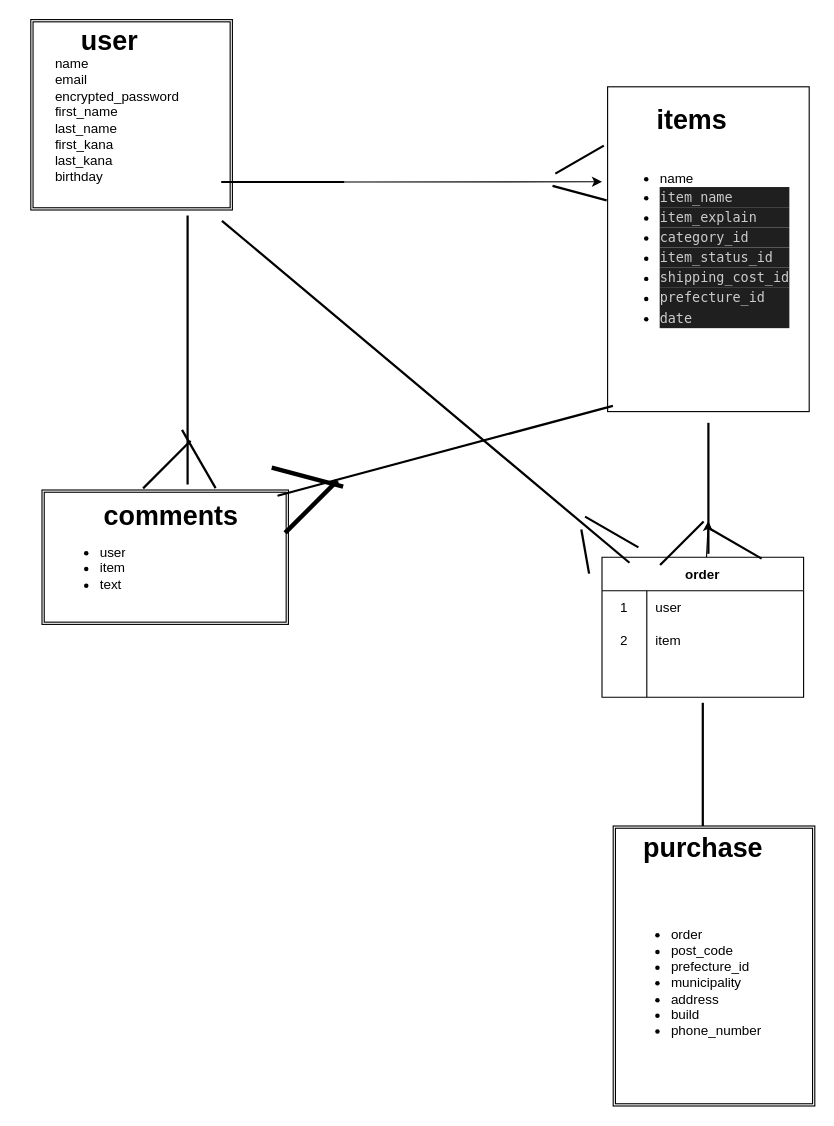
Earlier version of the draw.io diagram furima.dio (sawa1234567/furima-40309). Source tidied: cells renumbered, new cells numbered last; positions are measured from the earlier drawing's top-left corner, leaving out a move shared by most shapes. Both pictures are drawn from the tidied source at 112%, with x=0, y=0 at pixel (30, 19).
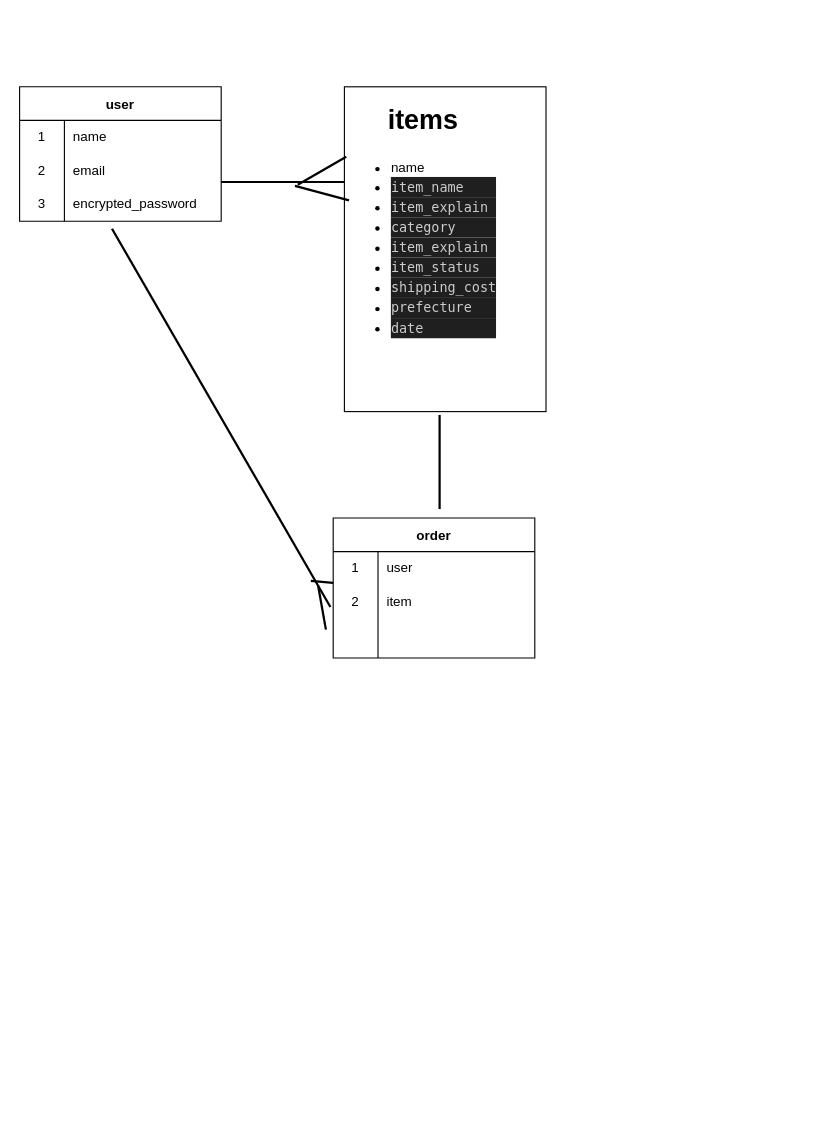
After the change.

Unchanged cells that the change refers to:
```xml
<mxCell id="26" style="line;strokeWidth=2;html=1;" parent="1" vertex="1">
  <mxGeometry x="170" y="140" width="110" height="10" as="geometry" />
</mxCell>
```

Change to the diagram source:
```diff
@@
-    <mxCell id="2" style="shape=ext;double=1;rounded=0;whiteSpace=wrap;html=1;" parent="1" vertex="1">
-      <mxGeometry x="10" y="420" width="220" height="120" as="geometry" />
-    </mxCell>
-    <mxCell id="3" style="shape=ext;double=1;rounded=0;whiteSpace=wrap;html=1;" parent="1" vertex="1">
-      <mxGeometry x="520" y="720" width="180" height="250" as="geometry" />
-    </mxCell>
-    <mxCell id="4" style="shape=ext;double=1;rounded=0;whiteSpace=wrap;html=1;" parent="1" vertex="1">
-      <mxGeometry width="180" height="170" as="geometry" />
-    </mxCell>
     <mxCell id="5" style="rounded=0;whiteSpace=wrap;html=1;" parent="1" vertex="1">
-      <mxGeometry x="515" y="60" width="180" height="290" as="geometry" />
+      <mxGeometry x="280" y="60" width="180" height="290" as="geometry" />
     </mxCell>
-    <mxCell id="6" style="edgeStyle=none;html=1;entryX=0.75;entryY=0.5;entryDx=0;entryDy=0;entryPerimeter=0;" parent="1" edge="1" source="7" target="20">
-      <mxGeometry relative="1" as="geometry" />
-    </mxCell>
+    <mxCell id="30" value="user" style="shape=table;startSize=30;childLayout=tableLayout;rowLines=0;fontStyle=1;" parent="1" vertex="1">
+      <mxGeometry x="-10" y="60" width="180" height="120" as="geometry" />
+    </mxCell>
+    <mxCell id="42" style="shape=tableRow;horizontal=0;startSize=0;swimlaneHead=0;swimlaneBody=0;top=0;left=0;bottom=0;right=0;fillColor=none;" parent="30" vertex="1">
+      <mxGeometry y="30" width="180" height="30" as="geometry" />
+    </mxCell>
+    <mxCell id="43" value="1" style="shape=partialRectangle;html=1;whiteSpace=wrap;fillColor=none;top=0;left=0;bottom=0;right=0;overflow=hidden;" parent="42" vertex="1">
+      <mxGeometry width="40" height="30" as="geometry" />
+    </mxCell>
+    <mxCell id="44" value="name" style="shape=partialRectangle;html=1;whiteSpace=wrap;fillColor=none;top=0;left=0;bottom=0;right=0;align=left;spacingLeft=6;overflow=hidden;" parent="42" vertex="1">
+      <mxGeometry x="40" width="140" height="30" as="geometry" />
+    </mxCell>
+    <mxCell id="45" style="shape=tableRow;horizontal=0;startSize=0;swimlaneHead=0;swimlaneBody=0;top=0;left=0;bottom=0;right=0;fillColor=none;" parent="30" vertex="1">
+      <mxGeometry y="60" width="180" height="30" as="geometry" />
+    </mxCell>
+    <mxCell id="46" value="2" style="shape=partialRectangle;html=1;whiteSpace=wrap;fillColor=none;top=0;left=0;bottom=0;right=0;overflow=hidden;" parent="45" vertex="1">
+      <mxGeometry width="40" height="30" as="geometry" />
+    </mxCell>
+    <mxCell id="47" value="email" style="shape=partialRectangle;html=1;whiteSpace=wrap;fillColor=none;top=0;left=0;bottom=0;right=0;align=left;spacingLeft=6;overflow=hidden;" parent="45" vertex="1">
+      <mxGeometry x="40" width="140" height="30" as="geometry" />
+    </mxCell>
+    <mxCell id="48" style="shape=tableRow;horizontal=0;startSize=0;swimlaneHead=0;swimlaneBody=0;top=0;left=0;bottom=0;right=0;fillColor=none;" parent="30" vertex="1">
+      <mxGeometry y="90" width="180" height="30" as="geometry" />
+    </mxCell>
+    <mxCell id="49" value="3" style="shape=partialRectangle;html=1;whiteSpace=wrap;fillColor=none;top=0;left=0;bottom=0;right=0;overflow=hidden;" parent="48" vertex="1">
+      <mxGeometry width="40" height="30" as="geometry" />
+    </mxCell>
+    <mxCell id="50" value="encrypted_password" style="shape=partialRectangle;html=1;whiteSpace=wrap;fillColor=none;top=0;left=0;bottom=0;right=0;align=left;spacingLeft=6;overflow=hidden;" parent="48" vertex="1">
+      <mxGeometry x="40" width="140" height="30" as="geometry" />
+    </mxCell>
     <mxCell id="7" value="order" style="shape=table;startSize=30;childLayout=tableLayout;rowLines=0;fontStyle=1;" parent="1" vertex="1">
-      <mxGeometry x="510" y="480" width="180" height="125" as="geometry" />
+      <mxGeometry x="270" y="445" width="180" height="125" as="geometry" />
     </mxCell>
@@
-    <mxCell id="17" value="&lt;ul&gt;&lt;li&gt;&lt;span style=&quot;background-color: initial;&quot;&gt;name&lt;/span&gt;&lt;/li&gt;&lt;li&gt;&lt;div style=&quot;color: rgb(204, 204, 204); background-color: rgb(31, 31, 31); font-family: Menlo, Monaco, &amp;quot;Courier New&amp;quot;, monospace; line-height: 18px;&quot;&gt;item_name&lt;/div&gt;&lt;/li&gt;&lt;li&gt;&lt;div style=&quot;color: rgb(204, 204, 204); background-color: rgb(31, 31, 31); font-family: Menlo, Monaco, &amp;quot;Courier New&amp;quot;, monospace; line-height: 18px;&quot;&gt;&lt;div style=&quot;line-height: 18px;&quot;&gt;item_explain &lt;/div&gt;&lt;/div&gt;&lt;/li&gt;&lt;li&gt;&lt;div style=&quot;line-height: 18px;&quot;&gt;&lt;div style=&quot;color: rgb(204, 204, 204); background-color: rgb(31, 31, 31); font-family: Menlo, Monaco, &amp;quot;Courier New&amp;quot;, monospace; line-height: 18px;&quot;&gt;category_id&lt;/div&gt;&lt;/div&gt;&lt;/li&gt;&lt;li&gt;&lt;div style=&quot;color: rgb(204, 204, 204); background-color: rgb(31, 31, 31); font-family: Menlo, Monaco, &amp;quot;Courier New&amp;quot;, monospace; line-height: 18px;&quot;&gt;item_status_id&lt;/div&gt;&lt;/li&gt;&lt;li&gt;&lt;div style=&quot;color: rgb(204, 204, 204); background-color: rgb(31, 31, 31); font-family: Menlo, Monaco, &amp;quot;Courier New&amp;quot;, monospace; line-height: 18px;&quot;&gt;&lt;div style=&quot;line-height: 18px;&quot;&gt;shipping_cost_id&lt;/div&gt;&lt;/div&gt;&lt;/li&gt;&lt;li&gt;&lt;div style=&quot;line-height: 18px;&quot;&gt;&lt;div style=&quot;color: rgb(204, 204, 204); background-color: rgb(31, 31, 31); font-family: Menlo, Monaco, &amp;quot;Courier New&amp;quot;, monospace; line-height: 18px;&quot;&gt;prefecture_id&lt;/div&gt;&lt;/div&gt;&lt;/li&gt;&lt;li&gt;&lt;div style=&quot;color: rgb(204, 204, 204); background-color: rgb(31, 31, 31); font-family: Menlo, Monaco, &amp;quot;Courier New&amp;quot;, monospace; line-height: 18px;&quot;&gt;&lt;div style=&quot;line-height: 18px;&quot;&gt;date &lt;/div&gt;&lt;/div&gt;&lt;/li&gt;&lt;/ul&gt;" style="text;strokeColor=none;fillColor=none;html=1;whiteSpace=wrap;verticalAlign=middle;overflow=hidden;" parent="1" vertex="1">
-      <mxGeometry x="520" y="90" width="170" height="230" as="geometry" />
+    <mxCell id="17" value="&lt;ul&gt;&lt;li&gt;&lt;span style=&quot;background-color: initial;&quot;&gt;name&lt;/span&gt;&lt;/li&gt;&lt;li&gt;&lt;div style=&quot;color: rgb(204, 204, 204); background-color: rgb(31, 31, 31); font-family: Menlo, Monaco, &amp;quot;Courier New&amp;quot;, monospace; line-height: 18px;&quot;&gt;item_name&lt;/div&gt;&lt;/li&gt;&lt;li&gt;&lt;div style=&quot;color: rgb(204, 204, 204); background-color: rgb(31, 31, 31); font-family: Menlo, Monaco, &amp;quot;Courier New&amp;quot;, monospace; line-height: 18px;&quot;&gt;&lt;div style=&quot;line-height: 18px;&quot;&gt;item_explain &lt;/div&gt;&lt;/div&gt;&lt;/li&gt;&lt;li&gt;&lt;div style=&quot;line-height: 18px;&quot;&gt;&lt;div style=&quot;color: rgb(204, 204, 204); background-color: rgb(31, 31, 31); font-family: Menlo, Monaco, &amp;quot;Courier New&amp;quot;, monospace; line-height: 18px;&quot;&gt;category&lt;/div&gt;&lt;/div&gt;&lt;/li&gt;&lt;li&gt;&lt;div style=&quot;color: rgb(204, 204, 204); background-color: rgb(31, 31, 31); font-family: Menlo, Monaco, &amp;quot;Courier New&amp;quot;, monospace; line-height: 18px;&quot;&gt;&lt;div style=&quot;line-height: 18px;&quot;&gt;item_explain&lt;/div&gt;&lt;/div&gt;&lt;/li&gt;&lt;li&gt;&lt;div style=&quot;line-height: 18px;&quot;&gt;&lt;div style=&quot;color: rgb(204, 204, 204); background-color: rgb(31, 31, 31); font-family: Menlo, Monaco, &amp;quot;Courier New&amp;quot;, monospace; line-height: 18px;&quot;&gt;item_status&lt;/div&gt;&lt;/div&gt;&lt;/li&gt;&lt;li&gt;&lt;div style=&quot;color: rgb(204, 204, 204); background-color: rgb(31, 31, 31); font-family: Menlo, Monaco, &amp;quot;Courier New&amp;quot;, monospace; line-height: 18px;&quot;&gt;&lt;div style=&quot;line-height: 18px;&quot;&gt;shipping_cost&lt;/div&gt;&lt;/div&gt;&lt;/li&gt;&lt;li&gt;&lt;div style=&quot;line-height: 18px;&quot;&gt;&lt;div style=&quot;color: rgb(204, 204, 204); background-color: rgb(31, 31, 31); font-family: Menlo, Monaco, &amp;quot;Courier New&amp;quot;, monospace; line-height: 18px;&quot;&gt;prefecture&lt;/div&gt;&lt;/div&gt;&lt;/li&gt;&lt;li&gt;&lt;div style=&quot;color: rgb(204, 204, 204); background-color: rgb(31, 31, 31); font-family: Menlo, Monaco, &amp;quot;Courier New&amp;quot;, monospace; line-height: 18px;&quot;&gt;&lt;div style=&quot;line-height: 18px;&quot;&gt;date &lt;/div&gt;&lt;/div&gt;&lt;/li&gt;&lt;/ul&gt;" style="text;strokeColor=none;fillColor=none;html=1;whiteSpace=wrap;verticalAlign=middle;overflow=hidden;" parent="1" vertex="1">
+      <mxGeometry x="280" y="90" width="170" height="230" as="geometry" />
     </mxCell>
     <mxCell id="18" value="items" style="text;strokeColor=none;fillColor=none;html=1;fontSize=24;fontStyle=1;verticalAlign=middle;align=center;" parent="1" vertex="1">
-      <mxGeometry x="540" y="70" width="100" height="40" as="geometry" />
+      <mxGeometry x="300" y="70" width="100" height="40" as="geometry" />
     </mxCell>
-    <mxCell id="19" style="line;strokeWidth=2;html=1;rotation=40;" parent="1" vertex="1">
-      <mxGeometry x="115.1" y="327.3" width="475" height="10" as="geometry" />
+    <mxCell id="19" style="line;strokeWidth=2;html=1;rotation=60;" parent="1" vertex="1">
+      <mxGeometry x="-25" y="350.6" width="390" height="10" as="geometry" />
     </mxCell>
     <mxCell id="20" style="line;strokeWidth=2;html=1;rotation=90;" parent="1" vertex="1">
-      <mxGeometry x="546.5" y="413.5" width="117" height="10" as="geometry" />
+      <mxGeometry x="323" y="390" width="84" height="10" as="geometry" />
     </mxCell>
     <mxCell id="21" style="line;strokeWidth=2;html=1;rotation=-100;" parent="1" vertex="1">
-      <mxGeometry x="475" y="470" width="40" height="10" as="geometry" />
+      <mxGeometry x="240" y="520" width="40" height="10" as="geometry" />
     </mxCell>
-    <mxCell id="22" style="line;strokeWidth=2;html=1;rotation=-60;direction=south;" parent="1" vertex="1">
-      <mxGeometry x="510" y="430" width="17.4" height="55" as="geometry" />
+    <mxCell id="22" style="line;strokeWidth=2;html=1;rotation=5;" parent="1" vertex="1">
+      <mxGeometry x="250" y="497.1" width="20" height="10" as="geometry" />
     </mxCell>
     <mxCell id="23" style="line;strokeWidth=2;html=1;rotation=-30;" parent="1" vertex="1">
-      <mxGeometry x="465" y="120" width="50" height="10" as="geometry" />
+      <mxGeometry x="235" y="130" width="50" height="10" as="geometry" />
     </mxCell>
     <mxCell id="24" style="line;strokeWidth=2;html=1;rotation=15;" parent="1" vertex="1">
-      <mxGeometry x="465" y="150" width="50" height="10" as="geometry" />
+      <mxGeometry x="235" y="150" width="50" height="10" as="geometry" />
     </mxCell>
-    <mxCell id="25" style="edgeStyle=none;html=1;exitX=1;exitY=0.5;exitDx=0;exitDy=0;exitPerimeter=0;" parent="1" edge="1" source="26">
-      <mxGeometry relative="1" as="geometry">
-        <mxPoint x="510" y="144.8" as="targetPoint" />
-      </mxGeometry>
-    </mxCell>
@@
-    <mxCell id="27" value="name&lt;br&gt;email&lt;br&gt;encrypted_password&lt;br&gt;first_name&lt;br&gt;last_name&lt;br&gt;first_kana&lt;br&gt;last_kana&lt;br&gt;birthday" style="text;strokeColor=none;fillColor=none;html=1;whiteSpace=wrap;verticalAlign=middle;overflow=hidden;" parent="1" vertex="1">
-      <mxGeometry x="20" y="10" width="210" height="160" as="geometry" />
-    </mxCell>
-    <mxCell id="28" value="&lt;ul&gt;&lt;li&gt;order&lt;/li&gt;&lt;li&gt;post_code&lt;/li&gt;&lt;li&gt;prefecture_id&lt;/li&gt;&lt;li&gt;municipality&lt;/li&gt;&lt;li&gt;address&lt;/li&gt;&lt;li&gt;build&lt;/li&gt;&lt;li&gt;phone_number&lt;/li&gt;&lt;/ul&gt;" style="text;strokeColor=none;fillColor=none;html=1;whiteSpace=wrap;verticalAlign=middle;overflow=hidden;" parent="1" vertex="1">
-      <mxGeometry x="530" y="750" width="150" height="220" as="geometry" />
-    </mxCell>
-    <mxCell id="29" value="purchase" style="text;strokeColor=none;fillColor=none;html=1;fontSize=24;fontStyle=1;verticalAlign=middle;align=center;" parent="1" vertex="1">
-      <mxGeometry x="550" y="720" width="100" height="40" as="geometry" />
-    </mxCell>
-    <mxCell id="30" value="user" style="text;strokeColor=none;fillColor=none;html=1;fontSize=24;fontStyle=1;verticalAlign=middle;align=center;" parent="1" vertex="1">
-      <mxGeometry x="20" width="100" height="40" as="geometry" />
-    </mxCell>
-    <mxCell id="31" style="line;strokeWidth=2;html=1;rotation=90;" parent="1" vertex="1">
-      <mxGeometry x="20" y="290" width="240" height="10" as="geometry" />
-    </mxCell>
-    <mxCell id="32" style="line;strokeWidth=2;html=1;rotation=-60;direction=south;" parent="1" vertex="1">
-      <mxGeometry x="620" y="440" width="17.4" height="55" as="geometry" />
-    </mxCell>
-    <mxCell id="33" style="line;strokeWidth=2;html=1;rotation=-135;direction=south;" parent="1" vertex="1">
-      <mxGeometry x="572.6" y="440" width="17.4" height="55" as="geometry" />
-    </mxCell>
-    <mxCell id="34" style="line;strokeWidth=2;html=1;rotation=-15;" parent="1" vertex="1">
-      <mxGeometry x="215" y="380" width="310" height="10" as="geometry" />
-    </mxCell>
-    <mxCell id="35" style="line;strokeWidth=2;html=1;rotation=90;" parent="1" vertex="1">
-      <mxGeometry x="545" y="660" width="110" height="10" as="geometry" />
-    </mxCell>
-    <mxCell id="36" value="&lt;ul&gt;&lt;li&gt;user&lt;/li&gt;&lt;li&gt;item&lt;/li&gt;&lt;li&gt;text&lt;/li&gt;&lt;/ul&gt;" style="text;strokeColor=none;fillColor=none;html=1;whiteSpace=wrap;verticalAlign=middle;overflow=hidden;" parent="1" vertex="1">
-      <mxGeometry x="20" y="450" width="197.4" height="80" as="geometry" />
-    </mxCell>
-    <mxCell id="37" value="comments" style="text;strokeColor=none;fillColor=none;html=1;fontSize=24;fontStyle=1;verticalAlign=middle;align=center;" parent="1" vertex="1">
-      <mxGeometry x="75" y="423.5" width="100" height="40" as="geometry" />
-    </mxCell>
-    <mxCell id="38" style="line;strokeWidth=4;html=1;perimeter=backbonePerimeter;rotation=-45;" parent="1" vertex="1">
-      <mxGeometry x="217.4" y="430" width="66" height="10" as="geometry" />
-    </mxCell>
-    <mxCell id="39" style="line;strokeWidth=4;html=1;perimeter=backbonePerimeter;rotation=15;" parent="1" vertex="1">
-      <mxGeometry x="214" y="403.5" width="66" height="10" as="geometry" />
-    </mxCell>
-    <mxCell id="40" style="line;strokeWidth=2;html=1;rotation=-45;" parent="1" vertex="1">
-      <mxGeometry x="91.5" y="369.6" width="60" height="55.4" as="geometry" />
-    </mxCell>
-    <mxCell id="41" style="line;strokeWidth=2;html=1;rotation=60;" parent="1" vertex="1">
-      <mxGeometry x="120" y="364.6" width="60" height="55.4" as="geometry" />
-    </mxCell>
```
